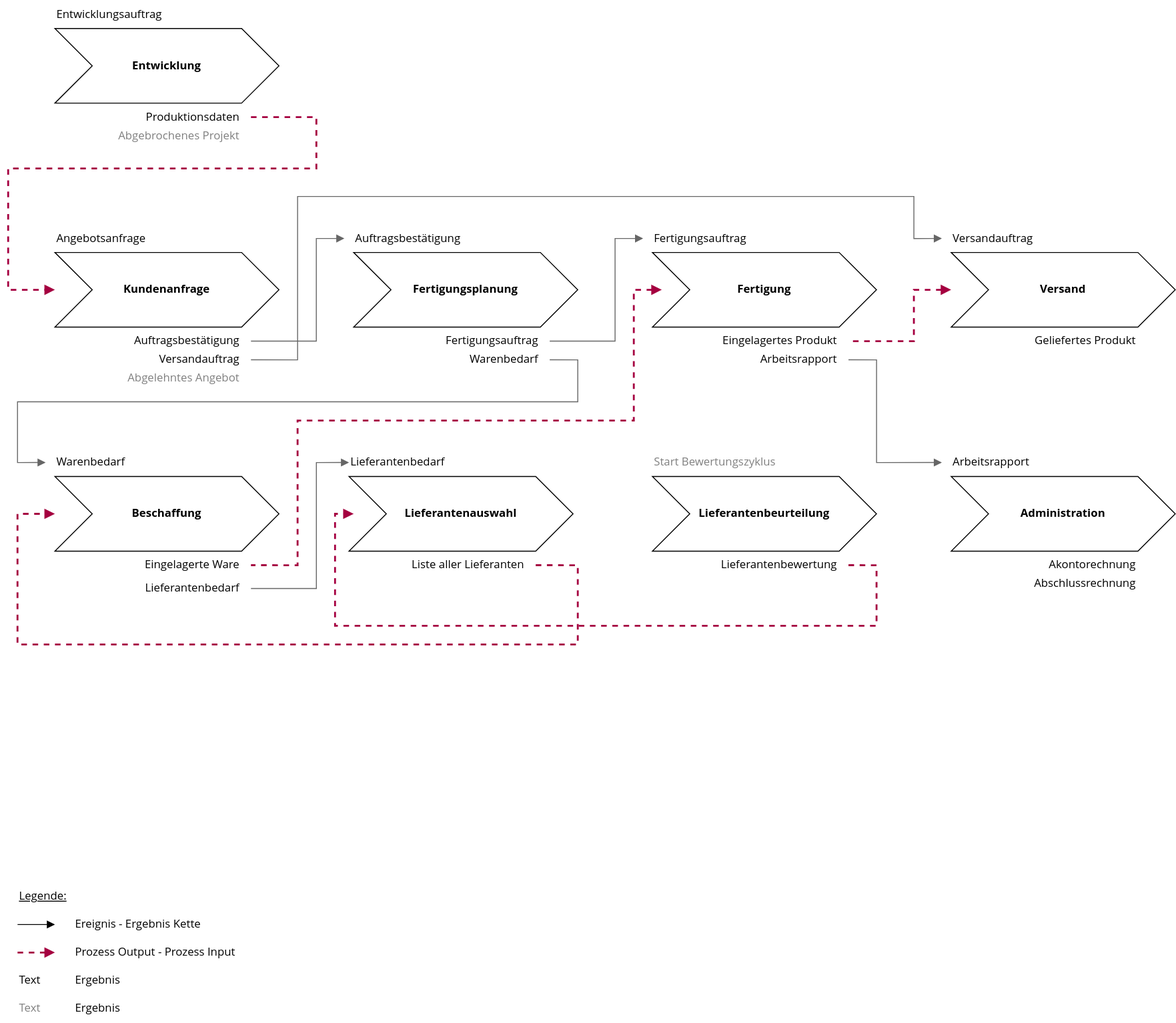
The draw.io diagram Prozesslandkarte.svg in Mint-System/Wiki, before a commit. Source tidied: cells renumbered, new cells last; positions are measured from the earlier drawing's top-left corner, leaving out a move shared by most shapes.
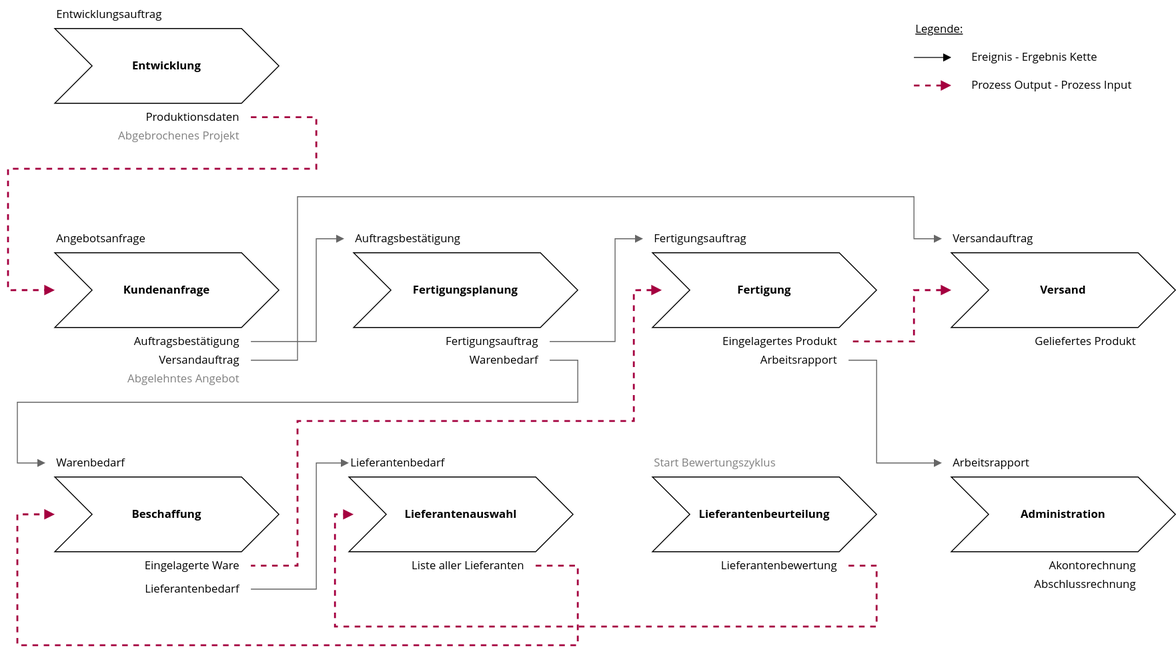
After the change.

Change to the diagram source:
```diff
@@ -178,38 +178,26 @@
       <mxGeometry x="90" y="140" width="170" height="10" as="geometry" />
     </mxCell>
     <mxCell id="41" value="Legende:" style="text;html=1;strokeColor=none;fillColor=none;align=left;verticalAlign=middle;whiteSpace=wrap;rounded=0;fontFamily=Open Sans;fontStyle=4;" parent="1" vertex="1">
-      <mxGeometry x="10" y="950" width="80" height="20" as="geometry" />
+      <mxGeometry x="970" y="21" width="80" height="20" as="geometry" />
     </mxCell>
     <mxCell id="42" style="endArrow=block;html=1;fontFamily=Open Sans;endFill=1;" parent="1" edge="1">
       <mxGeometry relative="1" as="geometry">
-        <mxPoint x="10" y="990" as="sourcePoint" />
-        <mxPoint x="50" y="990" as="targetPoint" />
+        <mxPoint x="970" y="61" as="sourcePoint" />
+        <mxPoint x="1010" y="61" as="targetPoint" />
       </mxGeometry>
     </mxCell>
     <mxCell id="43" value="Ereignis - Ergebnis Kette" style="text;html=1;strokeColor=none;fillColor=none;align=left;verticalAlign=middle;whiteSpace=wrap;rounded=0;fontFamily=Open Sans;" parent="1" vertex="1">
-      <mxGeometry x="70" y="980" width="180" height="20" as="geometry" />
+      <mxGeometry x="1030" y="51" width="180" height="20" as="geometry" />
     </mxCell>
     <mxCell id="44" style="endArrow=block;html=1;fontFamily=Open Sans;endFill=1;strokeColor=#A50040;dashed=1;strokeWidth=2;" parent="1" edge="1">
       <mxGeometry relative="1" as="geometry">
-        <mxPoint x="10" y="1020" as="sourcePoint" />
-        <mxPoint x="50" y="1020" as="targetPoint" />
+        <mxPoint x="970" y="91" as="sourcePoint" />
+        <mxPoint x="1010" y="91" as="targetPoint" />
       </mxGeometry>
     </mxCell>
     <mxCell id="45" value="Prozess Output - Prozess Input" style="text;html=1;strokeColor=none;fillColor=none;align=left;verticalAlign=middle;whiteSpace=wrap;rounded=0;fontFamily=Open Sans;" parent="1" vertex="1">
-      <mxGeometry x="70" y="1010" width="180" height="20" as="geometry" />
+      <mxGeometry x="1030" y="81" width="180" height="20" as="geometry" />
     </mxCell>
-    <mxCell id="46" value="Text" style="text;html=1;strokeColor=none;fillColor=none;align=left;verticalAlign=middle;whiteSpace=wrap;rounded=0;fontFamily=Open Sans;spacingRight=10;" parent="1" vertex="1">
-      <mxGeometry x="10" y="1035" width="40" height="30" as="geometry" />
-    </mxCell>
-    <mxCell id="47" value="Text" style="text;html=1;strokeColor=none;fillColor=none;align=left;verticalAlign=middle;whiteSpace=wrap;rounded=0;fontFamily=Open Sans;spacingRight=10;fontColor=#808080;" parent="1" vertex="1">
-      <mxGeometry x="10" y="1065" width="40" height="30" as="geometry" />
-    </mxCell>
-    <mxCell id="48" value="Ergebnis" style="text;html=1;strokeColor=none;fillColor=none;align=left;verticalAlign=middle;whiteSpace=wrap;rounded=0;fontFamily=Open Sans;" parent="1" vertex="1">
-      <mxGeometry x="70" y="1040" width="180" height="20" as="geometry" />
-    </mxCell>
-    <mxCell id="49" value="Ergebnis" style="text;html=1;strokeColor=none;fillColor=none;align=left;verticalAlign=middle;whiteSpace=wrap;rounded=0;fontFamily=Open Sans;" parent="1" vertex="1">
-      <mxGeometry x="70" y="1070" width="180" height="20" as="geometry" />
-    </mxCell>
     <mxCell id="50" value="&lt;b&gt;Versand&lt;/b&gt;" style="shape=step;perimeter=stepPerimeter;whiteSpace=wrap;html=1;fixedSize=1;size=40;fontFamily=Open Sans;" parent="1" vertex="1">
       <mxGeometry x="1010" y="270" width="240" height="80" as="geometry" />
     </mxCell>
```
